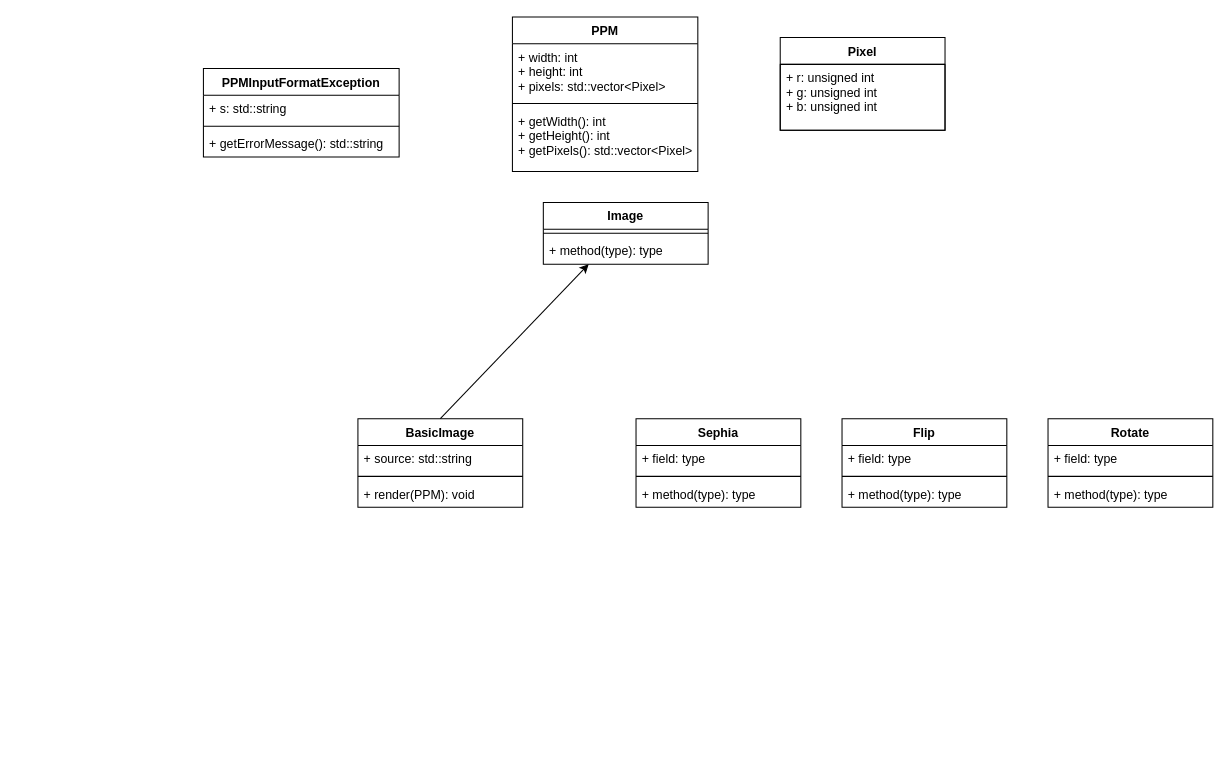
chrismcgale/snake keeps this draw.io diagram as Cs246 A4q2.drawio. Above is the earlier version. Source tidied: cells renumbered, new cells numbered last; positions are measured from the earlier drawing's top-left corner, leaving out a move shared by most shapes. Both pictures are drawn from the tidied source at 103%, with x=0, y=0 at pixel (203, 16).
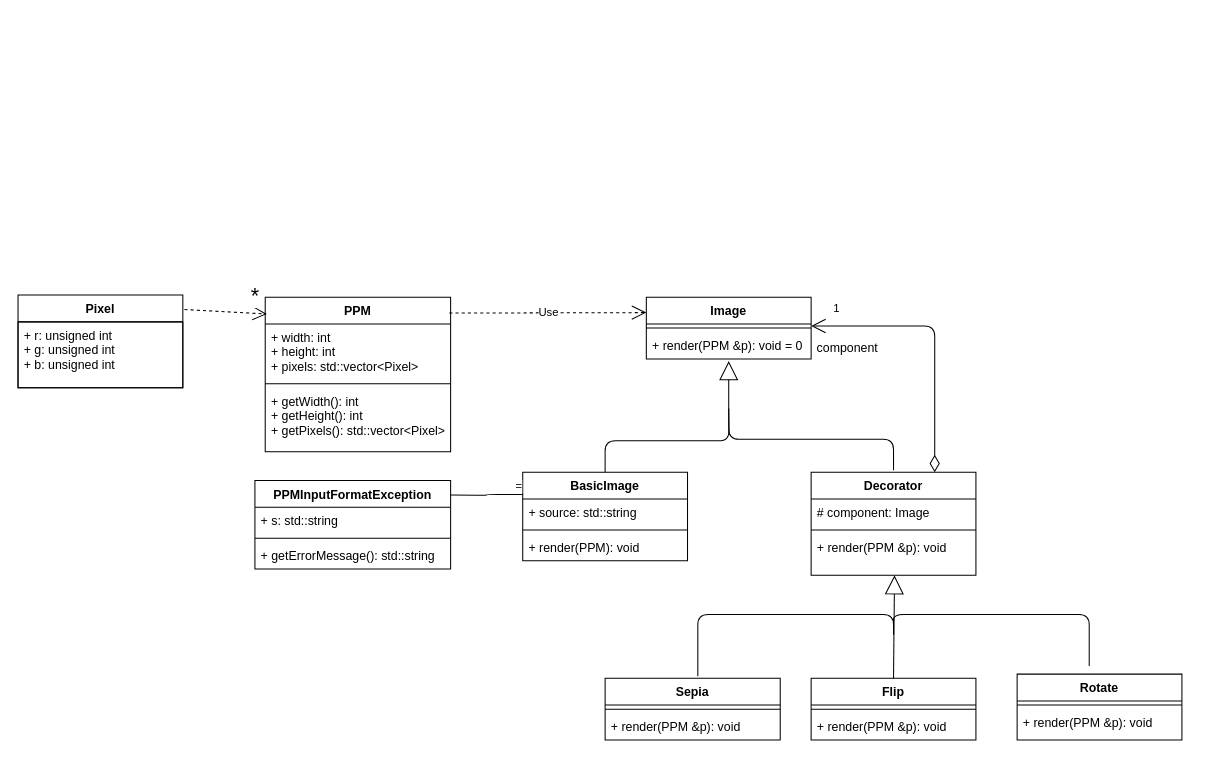
The same page after the edit.

The edit, as a diff of the source:
```diff
@@
     <mxCell id="2" value="PPM" style="swimlane;fontStyle=1;align=center;verticalAlign=top;horizontal=1;startSize=26;" parent="1" vertex="1">
-      <mxGeometry x="300" width="180" height="150" as="geometry" />
+      <mxGeometry x="60" y="272" width="180" height="150" as="geometry" />
     </mxCell>
@@
     <mxCell id="6" value="Pixel" style="swimlane;fontStyle=1;align=center;verticalAlign=top;horizontal=1;startSize=26;" parent="1" vertex="1">
-      <mxGeometry x="560" y="20" width="160" height="90" as="geometry" />
+      <mxGeometry x="-180" y="270" width="160" height="90" as="geometry" />
     </mxCell>
@@
     <mxCell id="8" value="BasicImage" style="swimlane;fontStyle=1;align=center;verticalAlign=top;horizontal=1;startSize=26;" parent="1" vertex="1">
-      <mxGeometry x="150" y="390" width="160" height="86" as="geometry" />
+      <mxGeometry x="310" y="442" width="160" height="86" as="geometry" />
     </mxCell>
@@
     <mxCell id="12" value="Image" style="swimlane;fontStyle=1;align=center;verticalAlign=top;horizontal=1;startSize=26;" parent="1" vertex="1">
-      <mxGeometry x="330" y="180" width="160" height="60" as="geometry" />
+      <mxGeometry x="430" y="272" width="160" height="60" as="geometry" />
     </mxCell>
@@
-    <mxCell id="14" value="+ method(type): type" style="text;strokeColor=none;fillColor=none;align=left;verticalAlign=top;spacingLeft=4;spacingRight=4;overflow=hidden;points=[[0,0.5],[1,0.5]];portConstraint=eastwest;" parent="12" vertex="1">
+    <mxCell id="14" value="+ render(PPM &amp;p): void = 0" style="text;strokeColor=none;fillColor=none;align=left;verticalAlign=top;spacingLeft=4;spacingRight=4;overflow=hidden;points=[[0,0.5],[1,0.5]];portConstraint=eastwest;" parent="12" vertex="1">
       <mxGeometry y="34" width="160" height="26" as="geometry" />
     </mxCell>
     <mxCell id="15" value="Flip" style="swimlane;fontStyle=1;align=center;verticalAlign=top;horizontal=1;startSize=26;" parent="1" vertex="1">
-      <mxGeometry x="620" y="390" width="160" height="86" as="geometry" />
+      <mxGeometry x="590" y="642" width="160" height="60" as="geometry" />
     </mxCell>
-    <mxCell id="16" value="+ field: type" style="text;strokeColor=none;fillColor=none;align=left;verticalAlign=top;spacingLeft=4;spacingRight=4;overflow=hidden;" parent="15" vertex="1">
-      <mxGeometry y="26" width="160" height="26" as="geometry" />
-    </mxCell>
     <mxCell id="17" style="line;strokeWidth=1;fillColor=none;align=left;verticalAlign=middle;spacingTop=-1;spacingLeft=3;spacingRight=3;labelPosition=right;" parent="15" vertex="1">
-      <mxGeometry y="52" width="160" height="8" as="geometry" />
+      <mxGeometry y="26" width="160" height="8" as="geometry" />
     </mxCell>
-    <mxCell id="18" value="+ method(type): type" style="text;strokeColor=none;fillColor=none;align=left;verticalAlign=top;spacingLeft=4;spacingRight=4;overflow=hidden;" parent="15" vertex="1">
-      <mxGeometry y="60" width="160" height="26" as="geometry" />
+    <mxCell id="18" value="+ render(PPM &amp;p): void" style="text;strokeColor=none;fillColor=none;align=left;verticalAlign=top;spacingLeft=4;spacingRight=4;overflow=hidden;" parent="15" vertex="1">
+      <mxGeometry y="34" width="160" height="26" as="geometry" />
     </mxCell>
     <mxCell id="19" value="Rotate" style="swimlane;fontStyle=1;align=center;verticalAlign=top;horizontal=1;startSize=26;" parent="1" vertex="1">
-      <mxGeometry x="820" y="390" width="160" height="86" as="geometry" />
+      <mxGeometry x="790" y="638" width="160" height="64" as="geometry" />
     </mxCell>
-    <mxCell id="20" value="+ field: type" style="text;strokeColor=none;fillColor=none;align=left;verticalAlign=top;spacingLeft=4;spacingRight=4;overflow=hidden;" parent="19" vertex="1">
-      <mxGeometry y="26" width="160" height="26" as="geometry" />
-    </mxCell>
     <mxCell id="21" style="line;strokeWidth=1;fillColor=none;align=left;verticalAlign=middle;spacingTop=-1;spacingLeft=3;spacingRight=3;labelPosition=right;" parent="19" vertex="1">
-      <mxGeometry y="52" width="160" height="8" as="geometry" />
+      <mxGeometry y="26" width="160" height="8" as="geometry" />
     </mxCell>
-    <mxCell id="22" value="+ method(type): type" style="text;strokeColor=none;fillColor=none;align=left;verticalAlign=top;spacingLeft=4;spacingRight=4;overflow=hidden;" parent="19" vertex="1">
-      <mxGeometry y="60" width="160" height="26" as="geometry" />
+    <mxCell id="22" value="+ render(PPM &amp;p): void" style="text;strokeColor=none;fillColor=none;align=left;verticalAlign=top;spacingLeft=4;spacingRight=4;overflow=hidden;" parent="19" vertex="1">
+      <mxGeometry y="34" width="160" height="30" as="geometry" />
     </mxCell>
-    <mxCell id="23" value="Sephia" style="swimlane;fontStyle=1;align=center;verticalAlign=top;horizontal=1;startSize=26;" parent="1" vertex="1">
-      <mxGeometry x="420" y="390" width="160" height="86" as="geometry" />
+    <mxCell id="23" value="Sepia" style="swimlane;fontStyle=1;align=center;verticalAlign=top;horizontal=1;startSize=26;" parent="1" vertex="1">
+      <mxGeometry x="390" y="642" width="170" height="60" as="geometry" />
     </mxCell>
-    <mxCell id="24" value="+ field: type" style="text;strokeColor=none;fillColor=none;align=left;verticalAlign=top;spacingLeft=4;spacingRight=4;overflow=hidden;" parent="23" vertex="1">
-      <mxGeometry y="26" width="160" height="26" as="geometry" />
-    </mxCell>
     <mxCell id="25" style="line;strokeWidth=1;fillColor=none;align=left;verticalAlign=middle;spacingTop=-1;spacingLeft=3;spacingRight=3;labelPosition=right;" parent="23" vertex="1">
-      <mxGeometry y="52" width="160" height="8" as="geometry" />
+      <mxGeometry y="26" width="170" height="8" as="geometry" />
     </mxCell>
-    <mxCell id="26" value="+ method(type): type" style="text;strokeColor=none;fillColor=none;align=left;verticalAlign=top;spacingLeft=4;spacingRight=4;overflow=hidden;" parent="23" vertex="1">
-      <mxGeometry y="60" width="160" height="26" as="geometry" />
+    <mxCell id="26" value="+ render(PPM &amp;p): void" style="text;strokeColor=none;fillColor=none;align=left;verticalAlign=top;spacingLeft=4;spacingRight=4;overflow=hidden;" parent="23" vertex="1">
+      <mxGeometry y="34" width="170" height="26" as="geometry" />
     </mxCell>
     <mxCell id="27" value="PPMInputFormatException" style="swimlane;fontStyle=1;align=center;verticalAlign=top;horizontal=1;startSize=26;" parent="1" vertex="1">
-      <mxGeometry y="50" width="190" height="86" as="geometry" />
+      <mxGeometry x="50" y="450" width="190" height="86" as="geometry" />
     </mxCell>
@@
-    <mxCell id="31" style="endArrow=classic;html=1;exitX=0.5;exitY=0;exitDx=0;exitDy=0;entryX=0.275;entryY=1;entryDx=0;entryDy=0;entryPerimeter=0;rounded=1;" parent="1" edge="1" source="8" target="14">
-      <mxGeometry relative="1" as="geometry" />
-    </mxCell>
+    <mxCell id="32" value="Decorator" style="swimlane;fontStyle=1;align=center;verticalAlign=top;horizontal=1;startSize=26;strokeColor=#000000;" parent="1" vertex="1">
+      <mxGeometry x="590" y="442" width="160" height="100" as="geometry" />
+    </mxCell>
+    <mxCell id="33" value="# component: Image" style="text;strokeColor=none;fillColor=none;align=left;verticalAlign=top;spacingLeft=4;spacingRight=4;overflow=hidden;" parent="32" vertex="1">
+      <mxGeometry y="26" width="160" height="26" as="geometry" />
+    </mxCell>
+    <mxCell id="34" style="line;strokeWidth=1;fillColor=none;align=left;verticalAlign=middle;spacingTop=-1;spacingLeft=3;spacingRight=3;labelPosition=right;" parent="32" vertex="1">
+      <mxGeometry y="52" width="160" height="8" as="geometry" />
+    </mxCell>
+    <mxCell id="35" value="+ render(PPM &amp;p): void" style="text;strokeColor=none;fillColor=none;align=left;verticalAlign=top;spacingLeft=4;spacingRight=4;overflow=hidden;points=[[0,0.5],[1,0.5]];portConstraint=eastwest;" parent="32" vertex="1">
+      <mxGeometry y="60" width="160" height="40" as="geometry" />
+    </mxCell>
+    <mxCell id="36" value="1" style="endArrow=open;html=1;endSize=12;startArrow=diamondThin;startSize=14;startFill=0;edgeStyle=orthogonalEdgeStyle;align=left;verticalAlign=top;exitX=0.75;exitY=0;exitDx=0;exitDy=0;entryX=0.75;entryY=0;entryDx=0;entryDy=0;" parent="1" edge="1" source="32">
+      <mxGeometry x="0.85" y="-30" relative="1" as="geometry">
+        <mxPoint x="590" y="300" as="targetPoint" />
+        <Array as="points">
+          <mxPoint x="710" y="300" />
+        </Array>
+      </mxGeometry>
+    </mxCell>
+    <mxCell id="37" value="component" style="text;html=1;align=center;verticalAlign=middle;" parent="1" vertex="1">
+      <mxGeometry x="590" y="312" width="70" height="20" as="geometry" />
+    </mxCell>
+    <mxCell id="38" style="endArrow=block;endSize=16;endFill=0;html=1;exitX=0.5;exitY=0;exitDx=0;exitDy=0;entryX=0.506;entryY=1;entryDx=0;entryDy=0;entryPerimeter=0;" parent="1" edge="1" source="15" target="35">
+      <mxGeometry x="0.17" y="-49" relative="1" as="geometry" />
+    </mxCell>
+    <mxCell id="39" style="endArrow=block;endSize=16;endFill=0;html=1;entryX=0.5;entryY=1.077;entryDx=0;entryDy=0;entryPerimeter=0;" parent="1" edge="1" target="14">
+      <mxGeometry relative="1" as="geometry">
+        <mxPoint x="670" y="440" as="sourcePoint" />
+        <Array as="points">
+          <mxPoint x="670" y="410" />
+          <mxPoint x="510" y="410" />
+        </Array>
+      </mxGeometry>
+    </mxCell>
+    <mxCell id="40" value="Use" style="endArrow=open;endSize=12;dashed=1;html=1;exitX=0.993;exitY=0.103;exitDx=0;exitDy=0;exitPerimeter=0;entryX=0;entryY=0.25;entryDx=0;entryDy=0;" parent="1" edge="1" source="2" target="12">
+      <mxGeometry relative="1" as="geometry" />
+    </mxCell>
+    <mxCell id="41" value="*" style="endArrow=open;endSize=12;dashed=1;html=1;exitX=1.01;exitY=0.156;exitDx=0;exitDy=0;exitPerimeter=0;entryX=0.009;entryY=0.109;entryDx=0;entryDy=0;entryPerimeter=0;fontSize=21;" parent="1" edge="1" source="6" target="2">
+      <mxGeometry x="0.69" y="18" relative="1" as="geometry" />
+    </mxCell>
+    <mxCell id="42" style="endArrow=none;html=1;edgeStyle=orthogonalEdgeStyle;fontSize=21;exitX=0.5;exitY=0;exitDx=0;exitDy=0;" parent="1" edge="1" source="8">
+      <mxGeometry relative="1" as="geometry">
+        <mxPoint x="510" y="380" as="targetPoint" />
+      </mxGeometry>
+    </mxCell>
+    <mxCell id="43" style="endArrow=none;html=1;edgeStyle=orthogonalEdgeStyle;fontSize=21;" parent="1" edge="1">
+      <mxGeometry relative="1" as="geometry">
+        <mxPoint x="480" y="640" as="sourcePoint" />
+        <mxPoint x="670" y="600" as="targetPoint" />
+        <Array as="points">
+          <mxPoint x="670" y="580" />
+        </Array>
+      </mxGeometry>
+    </mxCell>
+    <mxCell id="44" style="endArrow=none;html=1;edgeStyle=orthogonalEdgeStyle;fontSize=21;" parent="1" edge="1">
+      <mxGeometry relative="1" as="geometry">
+        <mxPoint x="670" y="590" as="sourcePoint" />
+        <mxPoint x="860" y="630" as="targetPoint" />
+        <Array as="points">
+          <mxPoint x="670" y="580" />
+          <mxPoint x="860" y="580" />
+        </Array>
+      </mxGeometry>
+    </mxCell>
+    <mxCell id="45" style="endArrow=none;html=1;edgeStyle=orthogonalEdgeStyle;fontSize=21;entryX=0;entryY=0.25;entryDx=0;entryDy=0;" parent="1" edge="1" target="8">
+      <mxGeometry relative="1" as="geometry">
+        <mxPoint x="240" y="464" as="sourcePoint" />
+      </mxGeometry>
+    </mxCell>
+    <mxCell id="46" value="=" style="edgeLabel;html=1;align=right;verticalAlign=bottom;" parent="45" vertex="1">
+      <mxGeometry x="1" relative="1" as="geometry" />
+    </mxCell>
```
